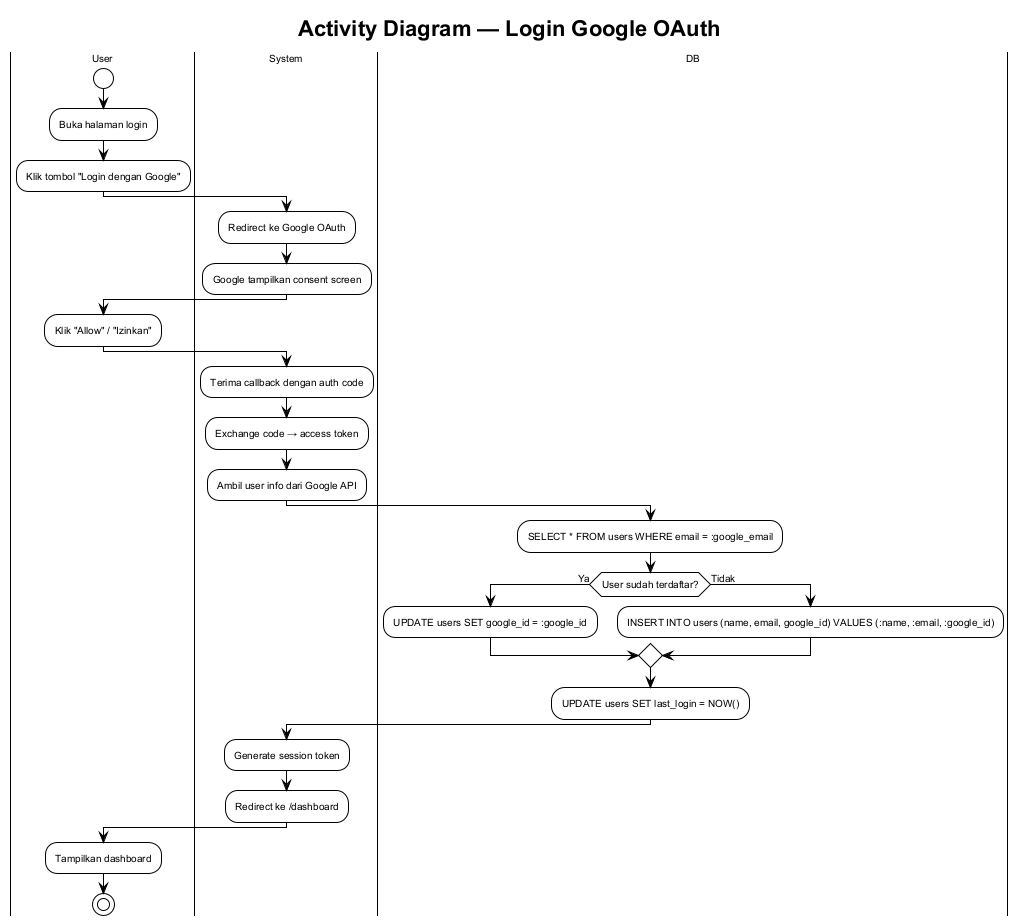
Before: diagrams/activity/activity-google-login.png, a diagram exported from PlantUML (riandafatur28/sidigas-gaji-sopir-truck). The source it was exported from:
```plantuml
@startuml activity-google-login
!theme plain
skinparam backgroundColor #ffffff
skinparam defaultFontSize 10
skinparam defaultFontName Arial

title Activity Diagram — Login Google OAuth

|User|
start
:Buka halaman login;
:Klik tombol "Login dengan Google";

|System|
:Redirect ke Google OAuth;
:Google tampilkan consent screen;

|User|
:Klik "Allow" / "Izinkan";

|System|
:Terima callback dengan auth code;
:Exchange code → access token;
:Ambil user info dari Google API;

|DB|
:SELECT * FROM users WHERE email = :google_email;
if (User sudah terdaftar?) then (Ya)
  :UPDATE users SET google_id = :google_id;
else (Tidak)
  :INSERT INTO users (name, email, google_id) VALUES (:name, :email, :google_id);
endif
:UPDATE users SET last_login = NOW();

|System|
:Generate session token;
:Redirect ke /dashboard;

|User|
:Tampilkan dashboard;
stop

@enduml
```
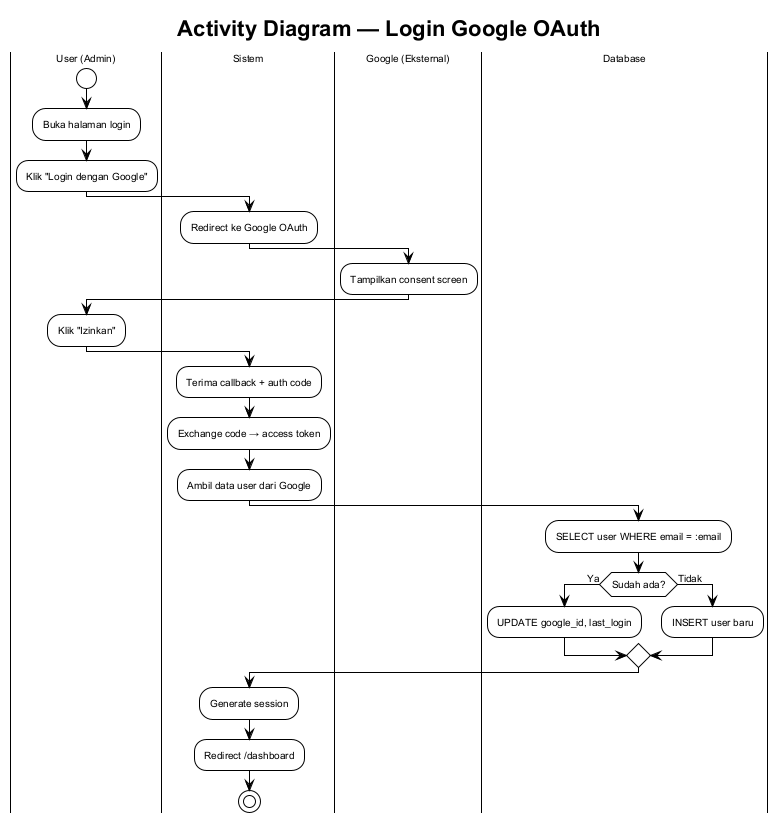
After the commit.

What changed in the source:
```diff
@@ -6,38 +6,36 @@
 
 title Activity Diagram — Login Google OAuth
 
-|User|
+|User (Admin)|
 start
 :Buka halaman login;
-:Klik tombol "Login dengan Google";
+:Klik "Login dengan Google";
 
-|System|
+|Sistem|
 :Redirect ke Google OAuth;
-:Google tampilkan consent screen;
 
-|User|
-:Klik "Allow" / "Izinkan";
+|Google (Eksternal)|
+:Tampilkan consent screen;
 
-|System|
-:Terima callback dengan auth code;
+|User (Admin)|
+:Klik "Izinkan";
+
+|Sistem|
+:Terima callback + auth code;
 :Exchange code → access token;
-:Ambil user info dari Google API;
+:Ambil data user dari Google;
 
-|DB|
-:SELECT * FROM users WHERE email = :google_email;
-if (User sudah terdaftar?) then (Ya)
-  :UPDATE users SET google_id = :google_id;
+|Database|
+:SELECT user WHERE email = :email;
+if (Sudah ada?) then (Ya)
+  :UPDATE google_id, last_login;
 else (Tidak)
-  :INSERT INTO users (name, email, google_id) VALUES (:name, :email, :google_id);
+  :INSERT user baru;
 endif
-:UPDATE users SET last_login = NOW();
 
-|System|
-:Generate session token;
-:Redirect ke /dashboard;
-
-|User|
-:Tampilkan dashboard;
+|Sistem|
+:Generate session;
+:Redirect /dashboard;
 stop
 
 @enduml
```
